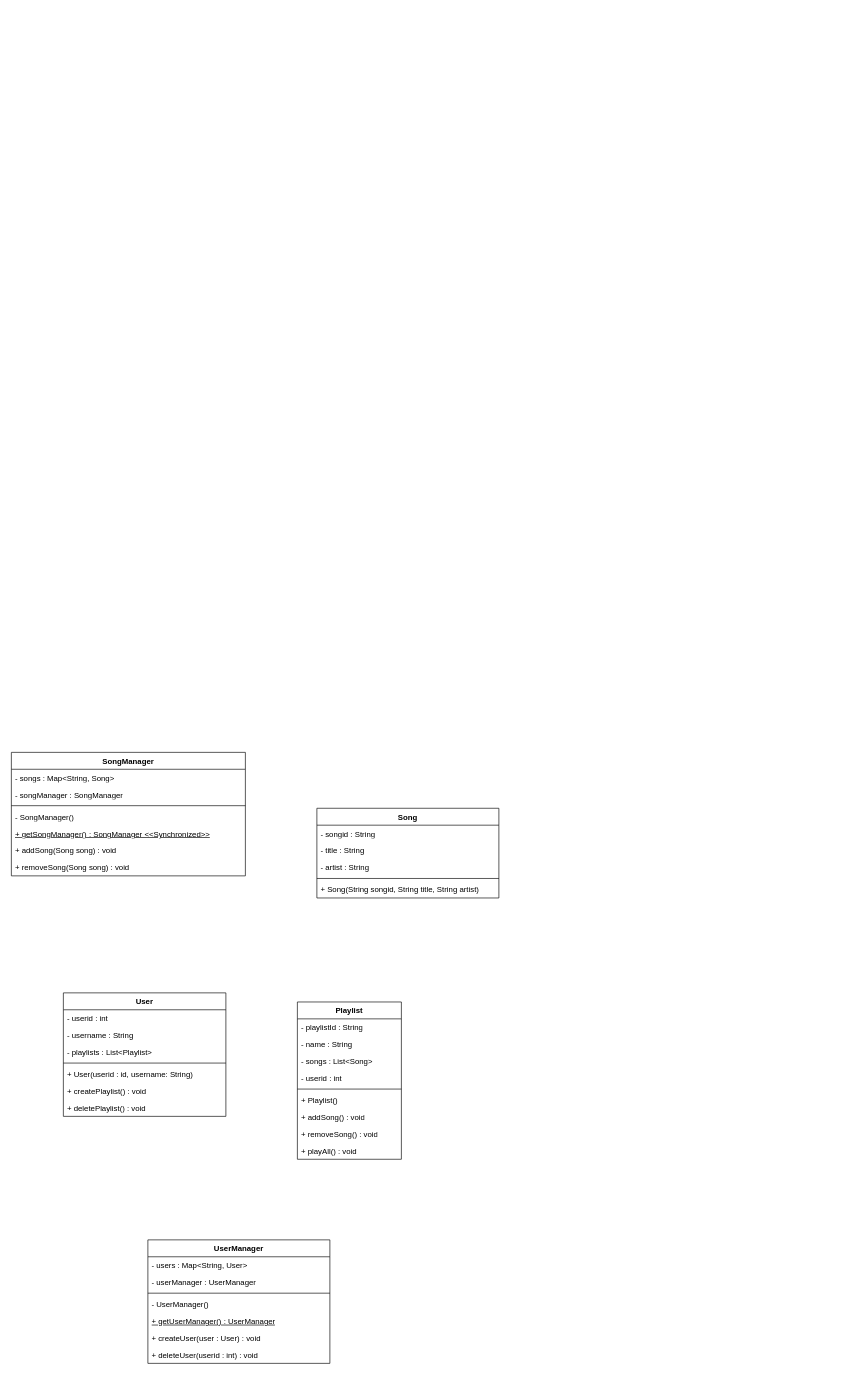
aayushtiwarigithub/LowLevelDesign-Diagrams keeps this draw.io diagram as Spotify.drawio. Above is the earlier version. Source tidied: cells renumbered, new cells numbered last; positions are measured from the earlier drawing's top-left corner, leaving out a move shared by most shapes. Both pictures are drawn from the tidied source at 65%, with x=0, y=0 at pixel (11, 752).
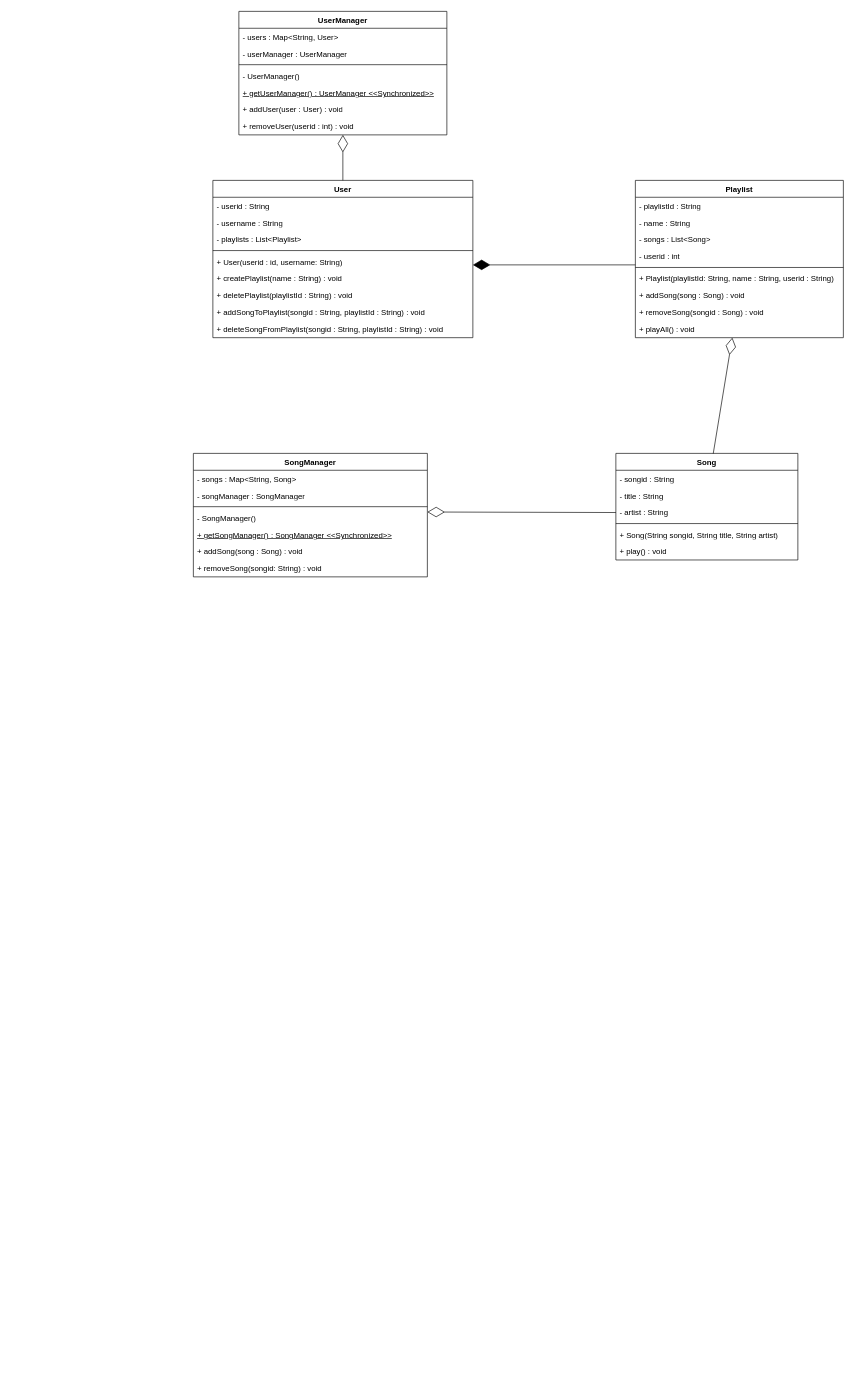
The same page after the edit.

Unchanged cells that the change refers to:
```xml
<mxCell id="5" value="- artist : String" style="text;strokeColor=none;fillColor=none;align=left;verticalAlign=top;spacingLeft=4;spacingRight=4;overflow=hidden;points=[[0,0.5],[1,0.5]];portConstraint=eastwest;whiteSpace=wrap;html=1;" parent="2" vertex="1">
  <mxGeometry y="78" width="280" height="26" as="geometry" />
</mxCell>
```

Diff of the diagram source:
```diff
@@
     <mxCell id="2" value="Song" style="swimlane;fontStyle=1;align=center;verticalAlign=top;horizontal=1;startSize=26;whiteSpace=wrap;html=1;" parent="1" vertex="1">
-      <mxGeometry x="470" y="86" width="280" height="138" as="geometry" />
+      <mxGeometry x="930" y="-460" width="280" height="164" as="geometry" />
     </mxCell>
@@
+    <mxCell id="42" value="+ play() : void" style="text;strokeColor=none;fillColor=none;align=left;verticalAlign=top;spacingLeft=4;spacingRight=4;overflow=hidden;whiteSpace=wrap;html=1;" parent="2" vertex="1">
+      <mxGeometry y="138" width="280" height="26" as="geometry" />
+    </mxCell>
     <mxCell id="8" value="SongManager" style="swimlane;fontStyle=1;align=center;verticalAlign=top;horizontal=1;startSize=26;whiteSpace=wrap;html=1;" parent="1" vertex="1">
-      <mxGeometry width="360" height="190" as="geometry" />
+      <mxGeometry x="280" y="-460" width="360" height="190" as="geometry" />
     </mxCell>
@@
-    <mxCell id="14" value="+ addSong(Song song) : void" style="text;strokeColor=none;fillColor=none;align=left;verticalAlign=top;spacingLeft=4;spacingRight=4;overflow=hidden;whiteSpace=wrap;html=1;" parent="8" vertex="1">
-      <mxGeometry y="138" width="360" height="26" as="geometry" />
-    </mxCell>
-    <mxCell id="15" value="+ removeSong(Song song) : void" style="text;strokeColor=none;fillColor=none;align=left;verticalAlign=top;spacingLeft=4;spacingRight=4;overflow=hidden;whiteSpace=wrap;html=1;" parent="8" vertex="1">
-      <mxGeometry y="164" width="360" height="26" as="geometry" />
-    </mxCell>
+    <mxCell id="43" value="+ addSong(song : Song) : void" style="text;strokeColor=none;fillColor=none;align=left;verticalAlign=top;spacingLeft=4;spacingRight=4;overflow=hidden;whiteSpace=wrap;html=1;" parent="8" vertex="1">
+      <mxGeometry y="138" width="360" height="26" as="geometry" />
+    </mxCell>
+    <mxCell id="44" value="+ removeSong(songid: String) : void" style="text;strokeColor=none;fillColor=none;align=left;verticalAlign=top;spacingLeft=4;spacingRight=4;overflow=hidden;whiteSpace=wrap;html=1;" parent="8" vertex="1">
+      <mxGeometry y="164" width="360" height="26" as="geometry" />
+    </mxCell>
     <mxCell id="16" value="User" style="swimlane;fontStyle=1;align=center;verticalAlign=top;horizontal=1;startSize=26;whiteSpace=wrap;html=1;" parent="1" vertex="1">
-      <mxGeometry x="80" y="370" width="250" height="190" as="geometry" />
+      <mxGeometry x="310" y="-880" width="400" height="242" as="geometry" />
     </mxCell>
-    <mxCell id="17" value="- userid : int" style="text;strokeColor=none;fillColor=none;align=left;verticalAlign=top;spacingLeft=4;spacingRight=4;overflow=hidden;whiteSpace=wrap;html=1;" parent="16" vertex="1">
-      <mxGeometry y="26" width="250" height="26" as="geometry" />
-    </mxCell>
+    <mxCell id="45" value="- userid : String" style="text;strokeColor=none;fillColor=none;align=left;verticalAlign=top;spacingLeft=4;spacingRight=4;overflow=hidden;whiteSpace=wrap;html=1;" parent="16" vertex="1">
+      <mxGeometry y="26" width="400" height="26" as="geometry" />
+    </mxCell>
     <mxCell id="18" value="- username : String" style="text;strokeColor=none;fillColor=none;align=left;verticalAlign=top;spacingLeft=4;spacingRight=4;overflow=hidden;whiteSpace=wrap;html=1;" parent="16" vertex="1">
-      <mxGeometry y="52" width="250" height="26" as="geometry" />
+      <mxGeometry y="52" width="400" height="26" as="geometry" />
     </mxCell>
     <mxCell id="19" value="- playlists : List&amp;lt;Playlist&amp;gt;" style="text;strokeColor=none;fillColor=none;align=left;verticalAlign=top;spacingLeft=4;spacingRight=4;overflow=hidden;whiteSpace=wrap;html=1;" parent="16" vertex="1">
-      <mxGeometry y="78" width="250" height="26" as="geometry" />
+      <mxGeometry y="78" width="400" height="26" as="geometry" />
     </mxCell>
-    <mxCell id="20" style="line;strokeWidth=1;fillColor=none;align=left;verticalAlign=middle;spacingTop=-1;spacingLeft=3;spacingRight=3;labelPosition=right;strokeColor=inherit;" parent="16" vertex="1">
-      <mxGeometry y="104" width="250" height="8" as="geometry" />
-    </mxCell>
+    <mxCell id="46" style="line;strokeWidth=1;fillColor=none;align=left;verticalAlign=middle;spacingTop=-1;spacingLeft=3;spacingRight=3;labelPosition=right;strokeColor=inherit;" parent="16" vertex="1">
+      <mxGeometry y="104" width="400" height="8" as="geometry" />
+    </mxCell>
     <mxCell id="21" value="+ User(userid : id, username: String)" style="text;strokeColor=none;fillColor=none;align=left;verticalAlign=top;spacingLeft=4;spacingRight=4;overflow=hidden;whiteSpace=wrap;html=1;" parent="16" vertex="1">
-      <mxGeometry y="112" width="250" height="26" as="geometry" />
+      <mxGeometry y="112" width="400" height="26" as="geometry" />
     </mxCell>
-    <mxCell id="22" value="+ createPlaylist() : void" style="text;strokeColor=none;fillColor=none;align=left;verticalAlign=top;spacingLeft=4;spacingRight=4;overflow=hidden;whiteSpace=wrap;html=1;" parent="16" vertex="1">
-      <mxGeometry y="138" width="250" height="26" as="geometry" />
-    </mxCell>
-    <mxCell id="23" value="+ deletePlaylist() : void" style="text;strokeColor=none;fillColor=none;align=left;verticalAlign=top;spacingLeft=4;spacingRight=4;overflow=hidden;whiteSpace=wrap;html=1;" parent="16" vertex="1">
-      <mxGeometry y="164" width="250" height="26" as="geometry" />
-    </mxCell>
+    <mxCell id="47" value="+ createPlaylist(name : String) : void" style="text;strokeColor=none;fillColor=none;align=left;verticalAlign=top;spacingLeft=4;spacingRight=4;overflow=hidden;whiteSpace=wrap;html=1;" parent="16" vertex="1">
+      <mxGeometry y="138" width="400" height="26" as="geometry" />
+    </mxCell>
+    <mxCell id="48" value="+ deletePlaylist(playlistId : String) : void" style="text;strokeColor=none;fillColor=none;align=left;verticalAlign=top;spacingLeft=4;spacingRight=4;overflow=hidden;whiteSpace=wrap;html=1;" parent="16" vertex="1">
+      <mxGeometry y="164" width="400" height="26" as="geometry" />
+    </mxCell>
+    <mxCell id="49" value="+ addSongToPlaylist(songid : String, playlistId : String) : void" style="text;strokeColor=none;fillColor=none;align=left;verticalAlign=top;spacingLeft=4;spacingRight=4;overflow=hidden;whiteSpace=wrap;html=1;" parent="16" vertex="1">
+      <mxGeometry y="190" width="400" height="26" as="geometry" />
+    </mxCell>
+    <mxCell id="50" value="+ deleteSongFromPlaylist(songid : String, playlistId : String) : void" style="text;strokeColor=none;fillColor=none;align=left;verticalAlign=top;spacingLeft=4;spacingRight=4;overflow=hidden;whiteSpace=wrap;html=1;" parent="16" vertex="1">
+      <mxGeometry y="216" width="400" height="26" as="geometry" />
+    </mxCell>
     <mxCell id="24" value="Playlist" style="swimlane;fontStyle=1;align=center;verticalAlign=top;horizontal=1;startSize=26;whiteSpace=wrap;html=1;" parent="1" vertex="1">
-      <mxGeometry x="440" y="384" width="160" height="242" as="geometry" />
+      <mxGeometry x="960" y="-880" width="320" height="242" as="geometry" />
     </mxCell>
     <mxCell id="25" value="- playlistId : String" style="text;strokeColor=none;fillColor=none;align=left;verticalAlign=top;spacingLeft=4;spacingRight=4;overflow=hidden;whiteSpace=wrap;html=1;" parent="24" vertex="1">
-      <mxGeometry y="26" width="160" height="26" as="geometry" />
+      <mxGeometry y="26" width="320" height="26" as="geometry" />
     </mxCell>
     <mxCell id="26" value="- name : String" style="text;strokeColor=none;fillColor=none;align=left;verticalAlign=top;spacingLeft=4;spacingRight=4;overflow=hidden;whiteSpace=wrap;html=1;" parent="24" vertex="1">
-      <mxGeometry y="52" width="160" height="26" as="geometry" />
+      <mxGeometry y="52" width="320" height="26" as="geometry" />
     </mxCell>
     <mxCell id="27" value="- songs : List&amp;lt;Song&amp;gt;" style="text;strokeColor=none;fillColor=none;align=left;verticalAlign=top;spacingLeft=4;spacingRight=4;overflow=hidden;whiteSpace=wrap;html=1;" parent="24" vertex="1">
-      <mxGeometry y="78" width="160" height="26" as="geometry" />
+      <mxGeometry y="78" width="320" height="26" as="geometry" />
     </mxCell>
-    <mxCell id="28" value="- userid : int" style="text;strokeColor=none;fillColor=none;align=left;verticalAlign=top;spacingLeft=4;spacingRight=4;overflow=hidden;whiteSpace=wrap;html=1;" parent="24" vertex="1">
-      <mxGeometry y="104" width="160" height="26" as="geometry" />
-    </mxCell>
-    <mxCell id="29" style="line;strokeWidth=1;fillColor=none;align=left;verticalAlign=middle;spacingTop=-1;spacingLeft=3;spacingRight=3;labelPosition=right;strokeColor=inherit;" parent="24" vertex="1">
-      <mxGeometry y="130" width="160" height="8" as="geometry" />
-    </mxCell>
-    <mxCell id="30" value="+ Playlist()&amp;nbsp;" style="text;strokeColor=none;fillColor=none;align=left;verticalAlign=top;spacingLeft=4;spacingRight=4;overflow=hidden;whiteSpace=wrap;html=1;" parent="24" vertex="1">
-      <mxGeometry y="138" width="160" height="26" as="geometry" />
-    </mxCell>
-    <mxCell id="31" value="+ addSong() : void" style="text;strokeColor=none;fillColor=none;align=left;verticalAlign=top;spacingLeft=4;spacingRight=4;overflow=hidden;whiteSpace=wrap;html=1;" parent="24" vertex="1">
-      <mxGeometry y="164" width="160" height="26" as="geometry" />
-    </mxCell>
-    <mxCell id="32" value="+ removeSong() : void" style="text;strokeColor=none;fillColor=none;align=left;verticalAlign=top;spacingLeft=4;spacingRight=4;overflow=hidden;whiteSpace=wrap;html=1;" parent="24" vertex="1">
-      <mxGeometry y="190" width="160" height="26" as="geometry" />
-    </mxCell>
+    <mxCell id="51" value="- userid : int" style="text;strokeColor=none;fillColor=none;align=left;verticalAlign=top;spacingLeft=4;spacingRight=4;overflow=hidden;whiteSpace=wrap;html=1;" parent="24" vertex="1">
+      <mxGeometry y="104" width="320" height="26" as="geometry" />
+    </mxCell>
+    <mxCell id="52" style="line;strokeWidth=1;fillColor=none;align=left;verticalAlign=middle;spacingTop=-1;spacingLeft=3;spacingRight=3;labelPosition=right;strokeColor=inherit;" parent="24" vertex="1">
+      <mxGeometry y="130" width="320" height="8" as="geometry" />
+    </mxCell>
+    <mxCell id="53" value="+ Playlist(playlistId: String, name : String, userid : String)&amp;nbsp;" style="text;strokeColor=none;fillColor=none;align=left;verticalAlign=top;spacingLeft=4;spacingRight=4;overflow=hidden;whiteSpace=wrap;html=1;" parent="24" vertex="1">
+      <mxGeometry y="138" width="320" height="26" as="geometry" />
+    </mxCell>
+    <mxCell id="54" value="+ addSong(song : Song) : void" style="text;strokeColor=none;fillColor=none;align=left;verticalAlign=top;spacingLeft=4;spacingRight=4;overflow=hidden;whiteSpace=wrap;html=1;" parent="24" vertex="1">
+      <mxGeometry y="164" width="320" height="26" as="geometry" />
+    </mxCell>
+    <mxCell id="55" value="+ removeSong(songid : Song) : void" style="text;strokeColor=none;fillColor=none;align=left;verticalAlign=top;spacingLeft=4;spacingRight=4;overflow=hidden;whiteSpace=wrap;html=1;" parent="24" vertex="1">
+      <mxGeometry y="190" width="320" height="26" as="geometry" />
+    </mxCell>
     <mxCell id="33" value="+ playAll() : void" style="text;strokeColor=none;fillColor=none;align=left;verticalAlign=top;spacingLeft=4;spacingRight=4;overflow=hidden;whiteSpace=wrap;html=1;" parent="24" vertex="1">
-      <mxGeometry y="216" width="160" height="26" as="geometry" />
+      <mxGeometry y="216" width="320" height="26" as="geometry" />
     </mxCell>
     <mxCell id="34" value="UserManager" style="swimlane;fontStyle=1;align=center;verticalAlign=top;horizontal=1;startSize=26;whiteSpace=wrap;html=1;" parent="1" vertex="1">
-      <mxGeometry x="210" y="750" width="280" height="190" as="geometry" />
+      <mxGeometry x="350" y="-1140" width="320" height="190" as="geometry" />
     </mxCell>
     <mxCell id="35" value="- users : Map&amp;lt;String, User&amp;gt;" style="text;strokeColor=none;fillColor=none;align=left;verticalAlign=top;spacingLeft=4;spacingRight=4;overflow=hidden;whiteSpace=wrap;html=1;" parent="34" vertex="1">
-      <mxGeometry y="26" width="280" height="26" as="geometry" />
+      <mxGeometry y="26" width="320" height="26" as="geometry" />
     </mxCell>
     <mxCell id="36" value="- userManager : UserManager" style="text;strokeColor=none;fillColor=none;align=left;verticalAlign=top;spacingLeft=4;spacingRight=4;overflow=hidden;whiteSpace=wrap;html=1;" parent="34" vertex="1">
-      <mxGeometry y="52" width="280" height="26" as="geometry" />
+      <mxGeometry y="52" width="320" height="26" as="geometry" />
     </mxCell>
-    <mxCell id="37" style="line;strokeWidth=1;fillColor=none;align=left;verticalAlign=middle;spacingTop=-1;spacingLeft=3;spacingRight=3;labelPosition=right;strokeColor=inherit;" parent="34" vertex="1">
-      <mxGeometry y="78" width="280" height="8" as="geometry" />
-    </mxCell>
+    <mxCell id="56" style="line;strokeWidth=1;fillColor=none;align=left;verticalAlign=middle;spacingTop=-1;spacingLeft=3;spacingRight=3;labelPosition=right;strokeColor=inherit;" parent="34" vertex="1">
+      <mxGeometry y="78" width="320" height="8" as="geometry" />
+    </mxCell>
     <mxCell id="38" value="- UserManager()" style="text;strokeColor=none;fillColor=none;align=left;verticalAlign=top;spacingLeft=4;spacingRight=4;overflow=hidden;whiteSpace=wrap;html=1;" parent="34" vertex="1">
-      <mxGeometry y="86" width="280" height="26" as="geometry" />
+      <mxGeometry y="86" width="320" height="26" as="geometry" />
     </mxCell>
-    <mxCell id="39" value="&lt;u&gt;+ getUserManager() : UserManager&lt;/u&gt;" style="text;strokeColor=none;fillColor=none;align=left;verticalAlign=top;spacingLeft=4;spacingRight=4;overflow=hidden;whiteSpace=wrap;html=1;" parent="34" vertex="1">
-      <mxGeometry y="112" width="280" height="26" as="geometry" />
-    </mxCell>
-    <mxCell id="40" value="+ createUser(user : User) : void" style="text;strokeColor=none;fillColor=none;align=left;verticalAlign=top;spacingLeft=4;spacingRight=4;overflow=hidden;whiteSpace=wrap;html=1;" parent="34" vertex="1">
-      <mxGeometry y="138" width="280" height="26" as="geometry" />
-    </mxCell>
-    <mxCell id="41" value="+ deleteUser(userid : int) : void" style="text;strokeColor=none;fillColor=none;align=left;verticalAlign=top;spacingLeft=4;spacingRight=4;overflow=hidden;whiteSpace=wrap;html=1;" parent="34" vertex="1">
-      <mxGeometry y="164" width="280" height="26" as="geometry" />
-    </mxCell>
+    <mxCell id="57" value="&lt;u&gt;+ getUserManager() : UserManager &amp;lt;&amp;lt;Synchronized&amp;gt;&amp;gt;&lt;/u&gt;" style="text;strokeColor=none;fillColor=none;align=left;verticalAlign=top;spacingLeft=4;spacingRight=4;overflow=hidden;whiteSpace=wrap;html=1;" parent="34" vertex="1">
+      <mxGeometry y="112" width="320" height="26" as="geometry" />
+    </mxCell>
+    <mxCell id="58" value="+ addUser(user : User) : void" style="text;strokeColor=none;fillColor=none;align=left;verticalAlign=top;spacingLeft=4;spacingRight=4;overflow=hidden;whiteSpace=wrap;html=1;" parent="34" vertex="1">
+      <mxGeometry y="138" width="320" height="26" as="geometry" />
+    </mxCell>
+    <mxCell id="59" value="+ removeUser(userid : int) : void" style="text;strokeColor=none;fillColor=none;align=left;verticalAlign=top;spacingLeft=4;spacingRight=4;overflow=hidden;whiteSpace=wrap;html=1;" parent="34" vertex="1">
+      <mxGeometry y="164" width="320" height="26" as="geometry" />
+    </mxCell>
+    <mxCell id="60" style="endArrow=diamondThin;endFill=0;endSize=24;html=1;rounded=0;exitX=0.5;exitY=0;exitDx=0;exitDy=0;" parent="1" edge="1" source="16">
+      <mxGeometry relative="1" as="geometry">
+        <mxPoint x="510" y="-950" as="targetPoint" />
+      </mxGeometry>
+    </mxCell>
+    <mxCell id="61" style="endArrow=diamondThin;endFill=0;endSize=24;html=1;rounded=0;entryX=0.476;entryY=-0.163;entryDx=0;entryDy=0;entryPerimeter=0;exitX=0;exitY=0.5;exitDx=0;exitDy=0;" parent="1" edge="1" source="5">
+      <mxGeometry relative="1" as="geometry">
+        <mxPoint x="640" y="-369.8" as="targetPoint" />
+      </mxGeometry>
+    </mxCell>
+    <mxCell id="62" style="endArrow=diamondThin;endFill=0;endSize=24;html=1;rounded=0;entryX=0.466;entryY=1.138;entryDx=0;entryDy=0;entryPerimeter=0;exitX=0.535;exitY=0.002;exitDx=0;exitDy=0;exitPerimeter=0;" parent="1" edge="1" source="2">
+      <mxGeometry relative="1" as="geometry">
+        <mxPoint x="1109.1" y="-638" as="targetPoint" />
+      </mxGeometry>
+    </mxCell>
+    <mxCell id="63" style="endArrow=diamondThin;endFill=1;endSize=24;html=1;rounded=0;" parent="1" edge="1">
+      <mxGeometry relative="1" as="geometry">
+        <mxPoint x="960" y="-750" as="sourcePoint" />
+        <mxPoint x="710" y="-750" as="targetPoint" />
+      </mxGeometry>
+    </mxCell>
```
